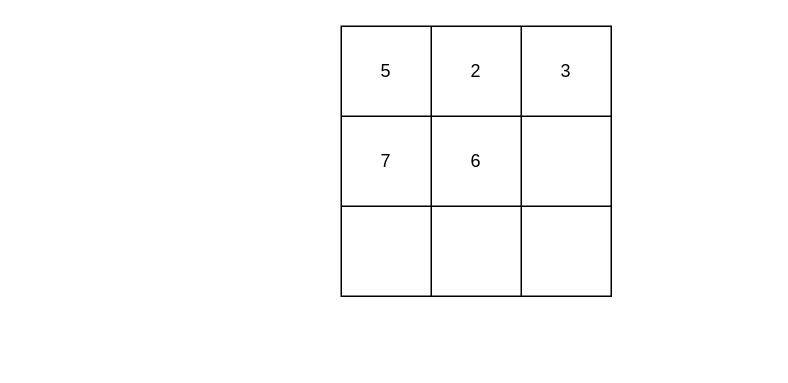
Earlier version of the draw.io diagram note.drawio (xuxinyang/luogu). Source tidied: cells renumbered, new cells numbered last; positions are measured from the earlier drawing's top-left corner, leaving out a move shared by most shapes. Both pictures are drawn from the tidied source at 150%, with x=0, y=0 at pixel (340, 26).
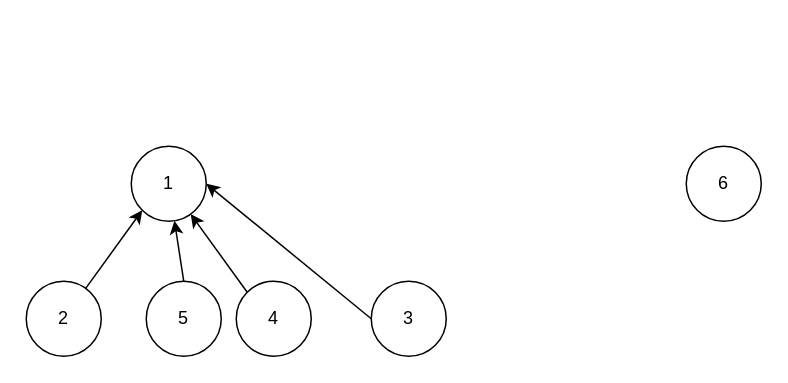
The same page after the edit.

What changed in the source:
```diff
@@
 <mxGraphModel>
   <root>
     <mxCell id="0" />
     <mxCell id="1" parent="0" />
-    <mxCell id="2" style="shape=table;startSize=0;childLayout=tableLayout;" parent="1" vertex="1">
-      <mxGeometry width="180" height="180" as="geometry" />
-    </mxCell>
-    <mxCell id="3" style="shape=partialRectangle;fillColor=none;top=0;left=0;bottom=0;right=0;" parent="2" vertex="1">
-      <mxGeometry width="180" height="60" as="geometry" />
-    </mxCell>
-    <mxCell id="4" value="5" style="shape=partialRectangle;html=1;whiteSpace=wrap;overflow=hidden;fillColor=none;top=0;left=0;bottom=0;right=0;" parent="3" vertex="1">
-      <mxGeometry width="60" height="60" as="geometry" />
-    </mxCell>
+    <mxCell id="15" style="edgeStyle=none;html=1;exitX=0.5;exitY=0;exitDx=0;exitDy=0;" parent="1" edge="1" source="14" target="16">
+      <mxGeometry relative="1" as="geometry" />
+    </mxCell>
+    <mxCell id="14" value="5" style="ellipse;whiteSpace=wrap;html=1;" parent="1" vertex="1">
+      <mxGeometry x="-130" y="170" width="50" height="50" as="geometry" />
+    </mxCell>
+    <mxCell id="16" value="1" style="ellipse;whiteSpace=wrap;html=1;" parent="1" vertex="1">
+      <mxGeometry x="-140" y="80" width="50" height="50" as="geometry" />
+    </mxCell>
+    <mxCell id="17" style="edgeStyle=none;html=1;entryX=0;entryY=1;entryDx=0;entryDy=0;" parent="1" edge="1" source="5" target="16">
+      <mxGeometry relative="1" as="geometry" />
+    </mxCell>
-    <mxCell id="5" value="2" style="shape=partialRectangle;html=1;whiteSpace=wrap;overflow=hidden;fillColor=none;top=0;left=0;bottom=0;right=0;" parent="3" vertex="1">
-      <mxGeometry x="60" width="60" height="60" as="geometry" />
+    <mxCell id="5" value="2" style="ellipse;whiteSpace=wrap;html=1;" parent="1" vertex="1">
+      <mxGeometry x="-210" y="170" width="50" height="50" as="geometry" />
     </mxCell>
+    <mxCell id="9" value="6" style="ellipse;whiteSpace=wrap;html=1;" parent="1" vertex="1">
+      <mxGeometry x="230" y="80" width="50" height="50" as="geometry" />
+    </mxCell>
+    <mxCell id="18" style="edgeStyle=none;html=1;exitX=0;exitY=0;exitDx=0;exitDy=0;" parent="1" edge="1" source="19" target="16">
+      <mxGeometry relative="1" as="geometry" />
+    </mxCell>
+    <mxCell id="19" value="4" style="ellipse;whiteSpace=wrap;html=1;" parent="1" vertex="1">
+      <mxGeometry x="-70" y="170" width="50" height="50" as="geometry" />
+    </mxCell>
+    <mxCell id="20" style="edgeStyle=none;html=1;exitX=0;exitY=0.5;exitDx=0;exitDy=0;entryX=1;entryY=0.5;entryDx=0;entryDy=0;" parent="1" edge="1" source="6" target="16">
+      <mxGeometry relative="1" as="geometry" />
+    </mxCell>
-    <mxCell id="6" value="3" style="shape=partialRectangle;html=1;whiteSpace=wrap;overflow=hidden;fillColor=none;top=0;left=0;bottom=0;right=0;" parent="3" vertex="1">
-      <mxGeometry x="120" width="60" height="60" as="geometry" />
+    <mxCell id="6" value="3" style="ellipse;whiteSpace=wrap;html=1;" parent="1" vertex="1">
+      <mxGeometry x="20" y="170" width="50" height="50" as="geometry" />
     </mxCell>
-    <mxCell id="7" style="shape=partialRectangle;fillColor=none;top=0;left=0;bottom=0;right=0;" parent="2" vertex="1">
-      <mxGeometry y="60" width="180" height="60" as="geometry" />
-    </mxCell>
-    <mxCell id="8" value="7" style="shape=partialRectangle;html=1;whiteSpace=wrap;overflow=hidden;fillColor=none;top=0;left=0;bottom=0;right=0;" parent="7" vertex="1">
-      <mxGeometry width="60" height="60" as="geometry" />
-    </mxCell>
-    <mxCell id="9" value="6" style="shape=partialRectangle;html=1;whiteSpace=wrap;overflow=hidden;fillColor=none;top=0;left=0;bottom=0;right=0;" parent="7" vertex="1">
-      <mxGeometry x="60" width="60" height="60" as="geometry" />
-    </mxCell>
-    <mxCell id="10" style="shape=partialRectangle;html=1;whiteSpace=wrap;overflow=hidden;fillColor=none;top=0;left=0;bottom=0;right=0;" parent="7" vertex="1">
-      <mxGeometry x="120" width="60" height="60" as="geometry" />
-    </mxCell>
-    <mxCell id="11" style="shape=partialRectangle;fillColor=none;top=0;left=0;bottom=0;right=0;" parent="2" vertex="1">
-      <mxGeometry y="120" width="180" height="60" as="geometry" />
-    </mxCell>
-    <mxCell id="12" style="shape=partialRectangle;html=1;whiteSpace=wrap;overflow=hidden;fillColor=none;top=0;left=0;bottom=0;right=0;" parent="11" vertex="1">
-      <mxGeometry width="60" height="60" as="geometry" />
-    </mxCell>
-    <mxCell id="13" style="shape=partialRectangle;html=1;whiteSpace=wrap;overflow=hidden;fillColor=none;top=0;left=0;bottom=0;right=0;" parent="11" vertex="1">
-      <mxGeometry x="60" width="60" height="60" as="geometry" />
-    </mxCell>
-    <mxCell id="14" style="shape=partialRectangle;html=1;whiteSpace=wrap;overflow=hidden;fillColor=none;top=0;left=0;bottom=0;right=0;" parent="11" vertex="1">
-      <mxGeometry x="120" width="60" height="60" as="geometry" />
-    </mxCell>
   </root>
 </mxGraphModel>
```
